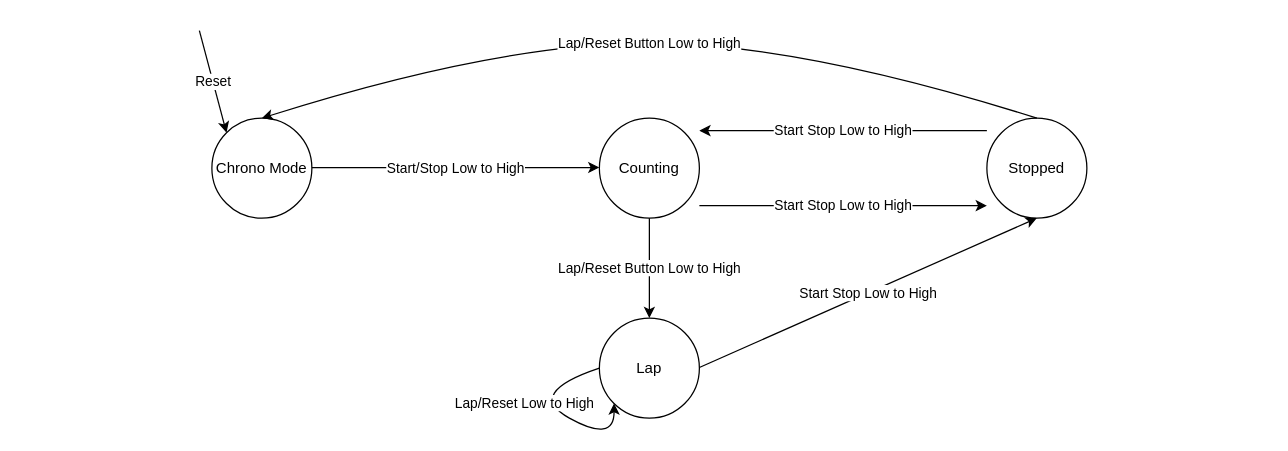
Before: page "stopwatch" (2 of 4) of Stopwatch FSM.drawio in epicfletch/UWE-Stopwatch-3LM, a draw.io diagram. Source tidied: cells renumbered, new cells numbered last; positions are measured from the earlier drawing's top-left corner, leaving out a move shared by most shapes. Both pictures are drawn from the tidied source at 125%, with x=0, y=0 at pixel (199, 30).
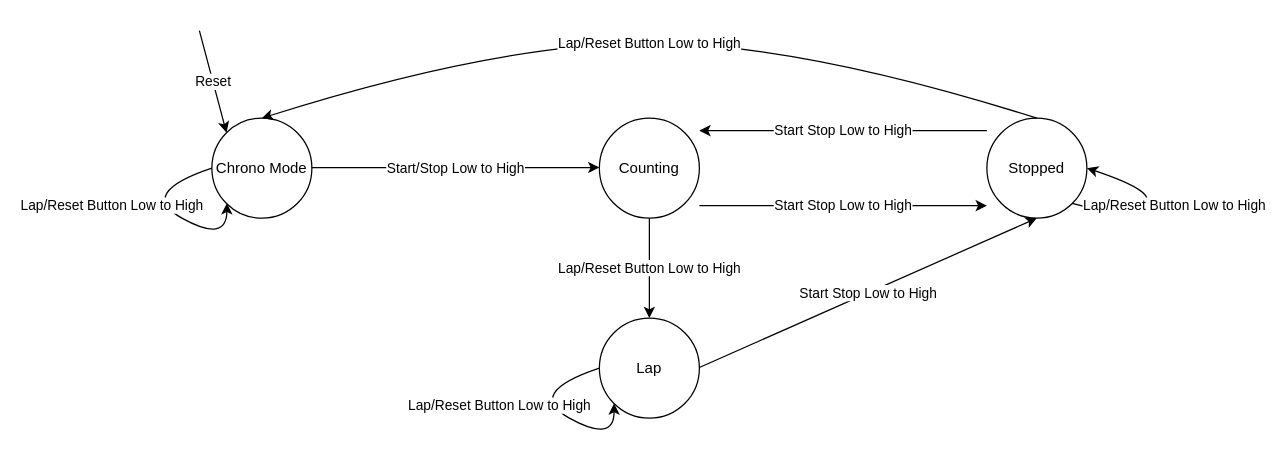
The same diagram, later.

Unchanged cells that the change refers to:
```xml
<mxCell id="4" value="Stopped" style="ellipse;whiteSpace=wrap;html=1;" parent="1" vertex="1">
  <mxGeometry x="630" y="70" width="80" height="80" as="geometry" />
</mxCell>
<mxCell id="5" value="Lap" style="ellipse;whiteSpace=wrap;html=1;" parent="1" vertex="1">
  <mxGeometry x="320" y="230" width="80" height="80" as="geometry" />
</mxCell>
```

What changed in the source:
```diff
@@
-    <mxCell id="11" value="Lap/Reset Low to High" style="curved=1;endArrow=classic;html=1;rounded=0;exitX=0;exitY=0.5;exitDx=0;exitDy=0;entryX=0;entryY=1;entryDx=0;entryDy=0;" parent="1" edge="1" source="5" target="5">
-      <mxGeometry x="-0.24" y="-7" relative="1" as="geometry">
+    <mxCell id="11" value="Lap/Reset Button Low to High" style="curved=1;endArrow=classic;html=1;rounded=0;exitX=0;exitY=0.5;exitDx=0;exitDy=0;entryX=0;entryY=1;entryDx=0;entryDy=0;" parent="1" edge="1" source="5" target="5">
+      <mxGeometry x="-0.29" y="-22" relative="1" as="geometry">
         <Array as="points">
           <mxPoint x="260" y="290" />
           <mxPoint x="332" y="330" />
         </Array>
+        <mxPoint x="-9" y="-9" as="offset" />
       </mxGeometry>
     </mxCell>
@@
+    <mxCell id="14" value="Lap/Reset Button Low to High" style="curved=1;endArrow=classic;html=1;rounded=0;exitX=1;exitY=1;exitDx=0;exitDy=0;entryX=1;entryY=0.5;entryDx=0;entryDy=0;" parent="1" edge="1" source="4" target="4">
+      <mxGeometry x="0.11" y="14" relative="1" as="geometry">
+        <Array as="points">
+          <mxPoint x="740" y="150" />
+          <mxPoint x="770" y="130" />
+        </Array>
+        <mxPoint x="14" y="-3" as="offset" />
+      </mxGeometry>
+    </mxCell>
+    <mxCell id="15" value="Lap/Reset Button Low to High" style="curved=1;endArrow=classic;html=1;rounded=0;exitX=0;exitY=0.5;exitDx=0;exitDy=0;entryX=0;entryY=1;entryDx=0;entryDy=0;" parent="1" edge="1">
+      <mxGeometry x="-0.29" y="-22" relative="1" as="geometry">
+        <mxPoint x="10" y="110" as="sourcePoint" />
+        <mxPoint x="22" y="138" as="targetPoint" />
+        <Array as="points">
+          <mxPoint x="-50" y="130" />
+          <mxPoint x="22" y="170" />
+        </Array>
+        <mxPoint x="-9" y="-9" as="offset" />
+      </mxGeometry>
+    </mxCell>
```
